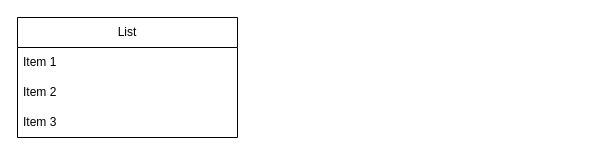
Above: diagrams/Diagrama sem nome.drawio in Pedro-Martes/xquizDiagrams (draw.io), before the change. Source tidied: cells renumbered, new cells numbered last; positions are measured from the earlier drawing's top-left corner, leaving out a move shared by most shapes. Both pictures are drawn from the tidied source at 100%, with x=0, y=0 at pixel (17, 17).
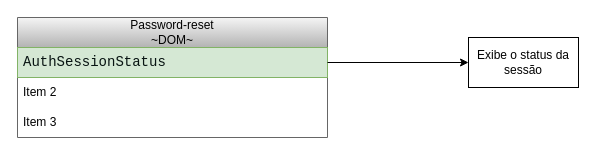
Above is the later version.

Diff of the diagram source:
```diff
@@
 <mxGraphModel>
   <root>
     <mxCell id="0" />
     <mxCell id="1" parent="0" />
-    <mxCell id="2" value="List" style="swimlane;fontStyle=0;horizontal=1;startSize=30;whiteSpace=wrap;html=1;" parent="1" vertex="1">
-      <mxGeometry width="220" height="120" as="geometry" />
+    <mxCell id="2" value="Password-reset&lt;div&gt;~DOM~&lt;/div&gt;" style="swimlane;fontStyle=0;horizontal=1;startSize=30;whiteSpace=wrap;html=1;fillColor=#f5f5f5;strokeColor=#666666;gradientColor=#b3b3b3;" parent="1" vertex="1">
+      <mxGeometry width="310" height="120" as="geometry" />
     </mxCell>
-    <mxCell id="3" value="Item 1" style="text;strokeColor=none;fillColor=none;align=left;verticalAlign=middle;spacingLeft=4;spacingRight=4;overflow=hidden;points=[[0,0.5],[1,0.5]];portConstraint=eastwest;whiteSpace=wrap;html=1;" parent="2" vertex="1">
-      <mxGeometry y="30" width="220" height="30" as="geometry" />
+    <mxCell id="3" value="&lt;div style=&quot;font-family: Consolas, &amp;quot;Courier New&amp;quot;, monospace; font-size: 14px; line-height: 19px; white-space: pre;&quot;&gt;&lt;font color=&quot;#081412&quot;&gt;AuthSessionStatus&lt;/font&gt;&lt;/div&gt;" style="text;strokeColor=#82b366;fillColor=#d5e8d4;align=left;verticalAlign=middle;spacingLeft=4;spacingRight=4;overflow=hidden;points=[[0,0.5],[1,0.5]];portConstraint=eastwest;whiteSpace=wrap;html=1;" parent="2" vertex="1">
+      <mxGeometry y="30" width="310" height="30" as="geometry" />
     </mxCell>
     <mxCell id="4" value="Item 2" style="text;strokeColor=none;fillColor=none;align=left;verticalAlign=middle;spacingLeft=4;spacingRight=4;overflow=hidden;whiteSpace=wrap;html=1;" parent="2" vertex="1">
-      <mxGeometry y="60" width="220" height="30" as="geometry" />
+      <mxGeometry y="60" width="310" height="30" as="geometry" />
     </mxCell>
     <mxCell id="5" value="Item 3" style="text;strokeColor=none;fillColor=none;align=left;verticalAlign=middle;spacingLeft=4;spacingRight=4;overflow=hidden;whiteSpace=wrap;html=1;" parent="2" vertex="1">
-      <mxGeometry y="90" width="220" height="30" as="geometry" />
+      <mxGeometry y="90" width="310" height="30" as="geometry" />
     </mxCell>
+    <mxCell id="6" value="Exibe o status da sessão" style="html=1;whiteSpace=wrap;" parent="1" vertex="1">
+      <mxGeometry x="451" y="20" width="110" height="50" as="geometry" />
+    </mxCell>
+    <mxCell id="7" style="edgeStyle=orthogonalEdgeStyle;rounded=0;jettySize=auto;html=1;entryX=0;entryY=0.5;entryDx=0;entryDy=0;" parent="1" edge="1" source="3" target="6">
+      <mxGeometry relative="1" as="geometry" />
+    </mxCell>
   </root>
 </mxGraphModel>
```
